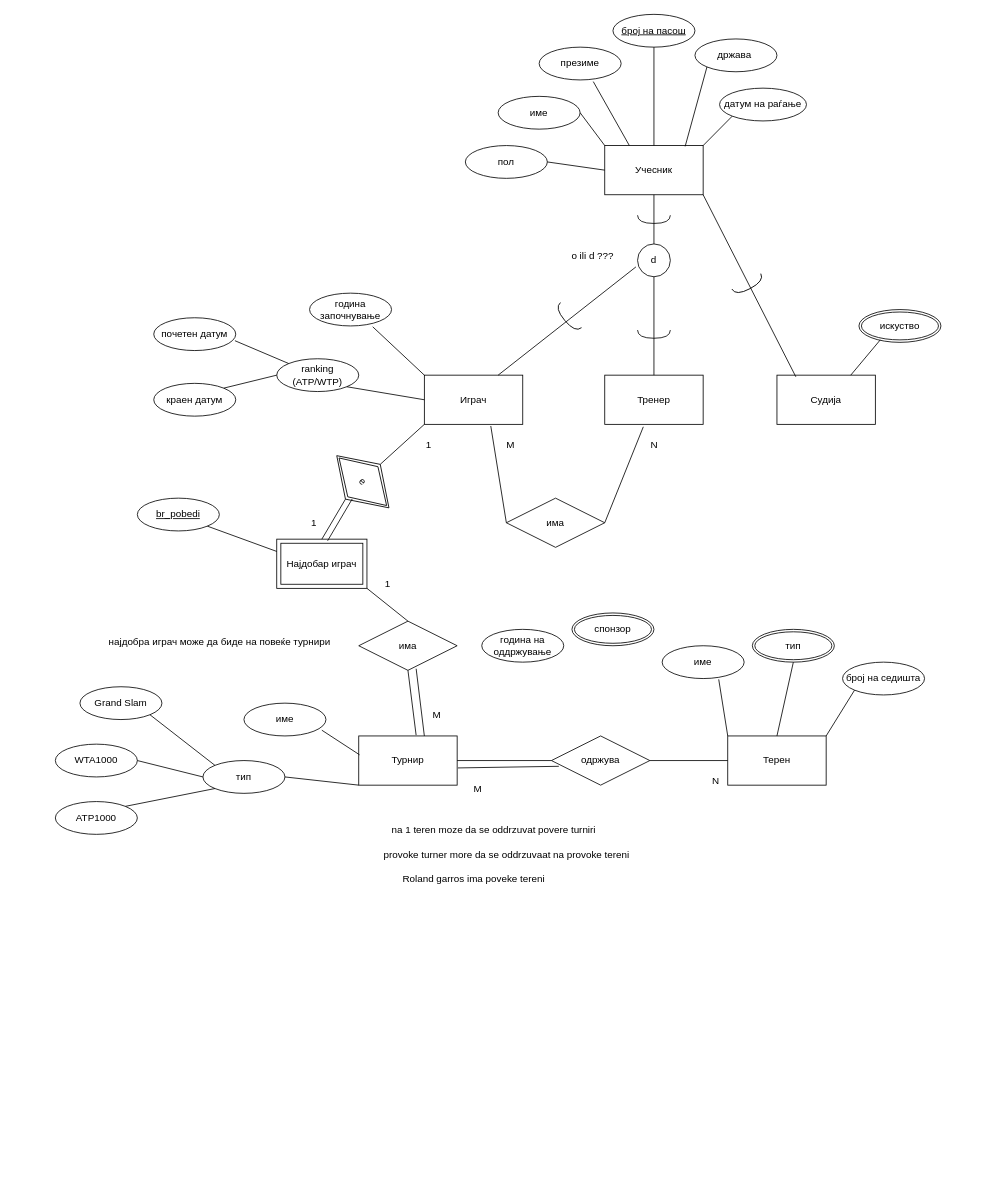
davidhristov59/Databases keeps this draw.io diagram as labs/lab1b.drawio. Above is the earlier version. Source tidied: cells renumbered, new cells numbered last; positions are measured from the earlier drawing's top-left corner, leaving out a move shared by most shapes. Both pictures are drawn from the tidied source at 82%, with x=0, y=0 at pixel (55, 14).
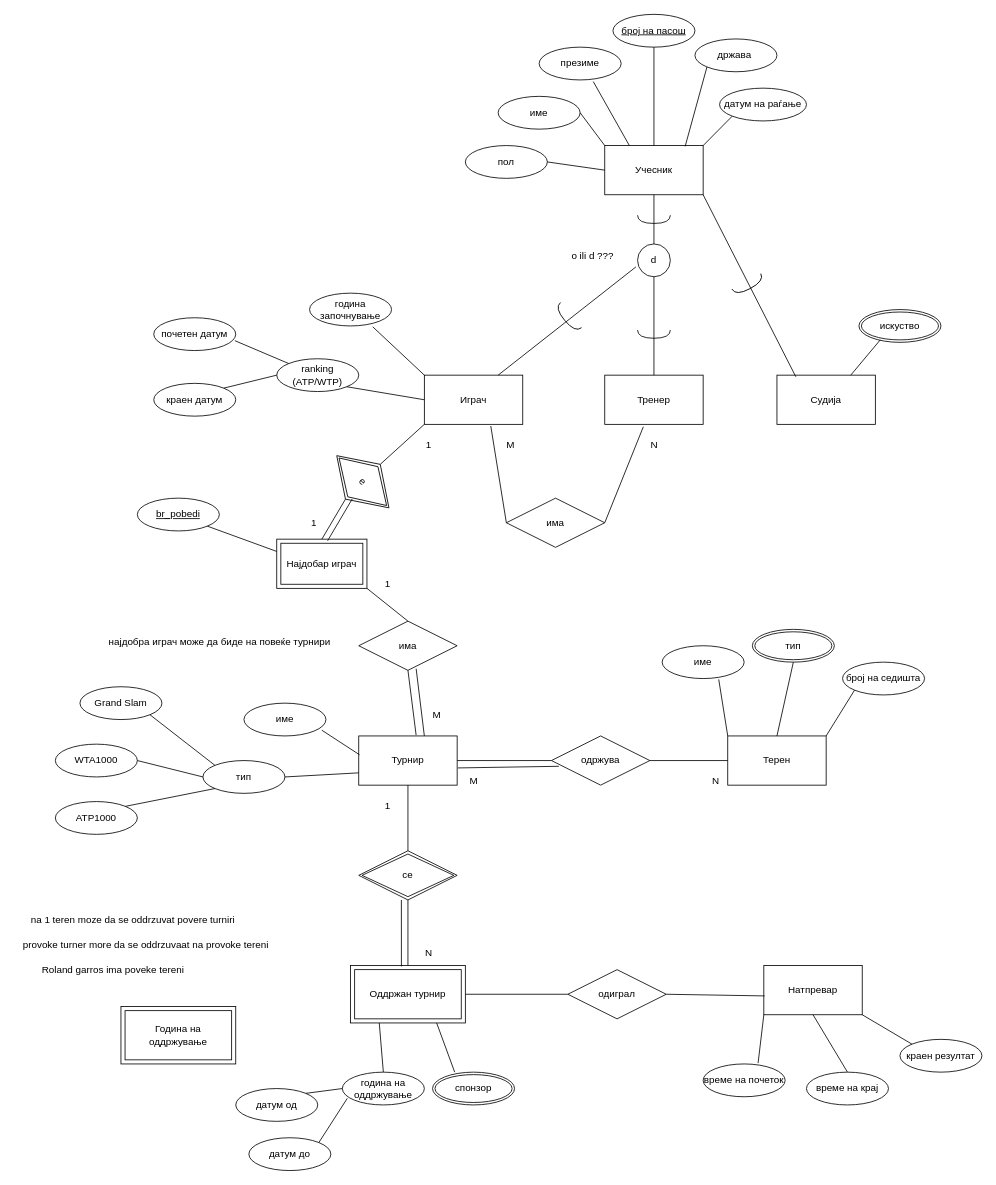
The same page after the edit.

The change refers to these unchanged cells:
```xml
<mxCell id="41" value="Турнир" style="rounded=0;whiteSpace=wrap;html=1;" parent="1" vertex="1">
  <mxGeometry x="370" y="880" width="120" height="60" as="geometry" />
</mxCell>
<mxCell id="45" value="тип" style="ellipse;whiteSpace=wrap;html=1;align=center;" parent="1" vertex="1">
  <mxGeometry x="180" y="910" width="100" height="40" as="geometry" />
</mxCell>
```

What changed in the source:
```diff
@@
-    <mxCell id="49" style="endArrow=none;html=1;rounded=0;exitX=0;exitY=1;exitDx=0;exitDy=0;entryX=1;entryY=0.5;entryDx=0;entryDy=0;" parent="1" edge="1" source="41" target="45">
+    <mxCell id="49" style="endArrow=none;html=1;rounded=0;exitX=0;exitY=0.75;exitDx=0;exitDy=0;entryX=1;entryY=0.5;entryDx=0;entryDy=0;" parent="1" edge="1" source="41" target="45">
       <mxGeometry relative="1" as="geometry" />
     </mxCell>
@@
     <mxCell id="82" value="М" style="text;html=1;align=center;verticalAlign=middle;strokeColor=none;fillColor=none;" parent="1" vertex="1">
-      <mxGeometry x="500" y="930" width="30" height="30" as="geometry" />
+      <mxGeometry x="495" y="920" width="30" height="30" as="geometry" />
     </mxCell>
     <mxCell id="83" value="provoke turner more da se oddrzuvaat na provoke tereni" style="text;html=1;align=center;verticalAlign=middle;strokeColor=none;fillColor=none;" parent="1" vertex="1">
-      <mxGeometry x="390" y="1010" width="320" height="30" as="geometry" />
+      <mxGeometry x="-50" y="1120" width="320" height="30" as="geometry" />
     </mxCell>
     <mxCell id="84" value="na 1 teren moze da se oddrzuvat povere turniri&amp;nbsp;" style="text;html=1;align=center;verticalAlign=middle;strokeColor=none;fillColor=none;" parent="1" vertex="1">
-      <mxGeometry x="396" y="980" width="280" height="30" as="geometry" />
+      <mxGeometry x="-44" y="1090" width="280" height="30" as="geometry" />
     </mxCell>
     <mxCell id="85" value="Roland garros ima poveke tereni" style="text;html=1;align=center;verticalAlign=middle;strokeColor=none;fillColor=none;" parent="1" vertex="1">
-      <mxGeometry x="410" y="1040" width="200" height="30" as="geometry" />
+      <mxGeometry x="-30" y="1150" width="200" height="30" as="geometry" />
     </mxCell>
     <mxCell id="86" value="година на оддржување" style="ellipse;whiteSpace=wrap;html=1;align=center;" parent="1" vertex="1">
-      <mxGeometry x="520" y="750" width="100" height="40" as="geometry" />
+      <mxGeometry x="350" y="1290" width="100" height="40" as="geometry" />
     </mxCell>
     <mxCell id="87" value="спонзор" style="ellipse;shape=doubleEllipse;margin=3;whiteSpace=wrap;html=1;align=center;" parent="1" vertex="1">
-      <mxGeometry x="630" y="730" width="100" height="40" as="geometry" />
+      <mxGeometry x="460" y="1290" width="100" height="40" as="geometry" />
     </mxCell>
@@
+    <mxCell id="89" value="датум од" style="ellipse;whiteSpace=wrap;html=1;align=center;" parent="1" vertex="1">
+      <mxGeometry x="220" y="1310" width="100" height="40" as="geometry" />
+    </mxCell>
+    <mxCell id="90" value="датум до" style="ellipse;whiteSpace=wrap;html=1;align=center;" parent="1" vertex="1">
+      <mxGeometry x="236" y="1370" width="100" height="40" as="geometry" />
+    </mxCell>
+    <mxCell id="91" style="endArrow=none;html=1;rounded=0;exitX=1;exitY=0;exitDx=0;exitDy=0;entryX=0;entryY=0.5;entryDx=0;entryDy=0;" parent="1" edge="1" source="89" target="86">
+      <mxGeometry relative="1" as="geometry" />
+    </mxCell>
+    <mxCell id="92" style="endArrow=none;html=1;rounded=0;exitX=0.06;exitY=0.8;exitDx=0;exitDy=0;exitPerimeter=0;entryX=1;entryY=0;entryDx=0;entryDy=0;" parent="1" edge="1" source="86" target="90">
+      <mxGeometry relative="1" as="geometry" />
+    </mxCell>
+    <mxCell id="93" value="Оддржан турнир" style="shape=ext;margin=3;double=1;whiteSpace=wrap;html=1;align=center;" parent="1" vertex="1">
+      <mxGeometry x="360" y="1160" width="140" height="70" as="geometry" />
+    </mxCell>
+    <mxCell id="94" style="ellipse;whiteSpace=wrap;html=1;align=center;fillColor=none;strokeColor=none;perimeter=centerPerimeter;" parent="1" vertex="1">
+      <mxGeometry x="400" y="1170" width="10" height="10" as="geometry" />
+    </mxCell>
+    <mxCell id="95" style="endArrow=none;html=1;rounded=0;exitX=0.25;exitY=1;exitDx=0;exitDy=0;entryX=0.5;entryY=0;entryDx=0;entryDy=0;" parent="1" edge="1" source="93" target="86">
+      <mxGeometry relative="1" as="geometry" />
+    </mxCell>
+    <mxCell id="96" style="endArrow=none;html=1;rounded=0;exitX=0.27;exitY=0;exitDx=0;exitDy=0;exitPerimeter=0;entryX=0.75;entryY=1;entryDx=0;entryDy=0;" parent="1" edge="1" source="87" target="93">
+      <mxGeometry relative="1" as="geometry" />
+    </mxCell>
+    <mxCell id="97" value="се" style="shape=rhombus;double=1;perimeter=rhombusPerimeter;whiteSpace=wrap;html=1;align=center;" parent="1" vertex="1">
+      <mxGeometry x="370" y="1020" width="120" height="60" as="geometry" />
+    </mxCell>
+    <mxCell id="98" style="endArrow=none;html=1;rounded=0;exitX=0.5;exitY=1;exitDx=0;exitDy=0;entryX=0.5;entryY=0;entryDx=0;entryDy=0;" parent="1" edge="1" source="41" target="97">
+      <mxGeometry relative="1" as="geometry" />
+    </mxCell>
+    <mxCell id="99" style="endArrow=none;html=1;rounded=0;entryX=0.5;entryY=0;entryDx=0;entryDy=0;" parent="1" edge="1" target="93">
+      <mxGeometry relative="1" as="geometry">
+        <mxPoint x="430" y="1080" as="sourcePoint" />
+      </mxGeometry>
+    </mxCell>
+    <mxCell id="100" style="endArrow=none;html=1;rounded=0;entryX=0.443;entryY=0.014;entryDx=0;entryDy=0;entryPerimeter=0;" parent="1" edge="1" target="93">
+      <mxGeometry relative="1" as="geometry">
+        <mxPoint x="422" y="1080" as="sourcePoint" />
+      </mxGeometry>
+    </mxCell>
+    <mxCell id="101" value="Година на оддржување" style="shape=ext;margin=3;double=1;whiteSpace=wrap;html=1;align=center;" parent="1" vertex="1">
+      <mxGeometry x="80" y="1210" width="140" height="70" as="geometry" />
+    </mxCell>
+    <mxCell id="102" value="Натпревар" style="rounded=0;whiteSpace=wrap;html=1;" parent="1" vertex="1">
+      <mxGeometry x="864" y="1160" width="120" height="60" as="geometry" />
+    </mxCell>
+    <mxCell id="103" value="1" style="text;html=1;align=center;verticalAlign=middle;strokeColor=none;fillColor=none;" parent="1" vertex="1">
+      <mxGeometry x="390" y="950" width="30" height="30" as="geometry" />
+    </mxCell>
+    <mxCell id="104" value="N" style="text;html=1;align=center;verticalAlign=middle;strokeColor=none;fillColor=none;" parent="1" vertex="1">
+      <mxGeometry x="440" y="1130" width="30" height="30" as="geometry" />
+    </mxCell>
+    <mxCell id="105" value="одиграл" style="shape=rhombus;perimeter=rhombusPerimeter;whiteSpace=wrap;html=1;align=center;" parent="1" vertex="1">
+      <mxGeometry x="625" y="1165" width="120" height="60" as="geometry" />
+    </mxCell>
+    <mxCell id="106" style="endArrow=none;html=1;rounded=0;entryX=0.008;entryY=0.617;entryDx=0;entryDy=0;exitX=1;exitY=0.5;exitDx=0;exitDy=0;entryPerimeter=0;" parent="1" edge="1" source="105" target="102">
+      <mxGeometry relative="1" as="geometry" />
+    </mxCell>
+    <mxCell id="107" style="endArrow=none;html=1;rounded=0;entryX=0;entryY=0.5;entryDx=0;entryDy=0;exitX=1;exitY=0.5;exitDx=0;exitDy=0;" parent="1" edge="1" source="93" target="105">
+      <mxGeometry relative="1" as="geometry" />
+    </mxCell>
+    <mxCell id="108" value="време на почеток" style="ellipse;whiteSpace=wrap;html=1;align=center;" parent="1" vertex="1">
+      <mxGeometry x="790" y="1280" width="100" height="40" as="geometry" />
+    </mxCell>
+    <mxCell id="109" value="време на крај" style="ellipse;whiteSpace=wrap;html=1;align=center;" parent="1" vertex="1">
+      <mxGeometry x="916" y="1290" width="100" height="40" as="geometry" />
+    </mxCell>
+    <mxCell id="110" value="краен резултат" style="ellipse;whiteSpace=wrap;html=1;align=center;" parent="1" vertex="1">
+      <mxGeometry x="1030" y="1250" width="100" height="40" as="geometry" />
+    </mxCell>
+    <mxCell id="111" style="endArrow=none;html=1;rounded=0;entryX=0;entryY=1;entryDx=0;entryDy=0;exitX=0.67;exitY=-0.025;exitDx=0;exitDy=0;exitPerimeter=0;" parent="1" edge="1" source="108" target="102">
+      <mxGeometry relative="1" as="geometry" />
+    </mxCell>
+    <mxCell id="112" style="endArrow=none;html=1;rounded=0;entryX=0.5;entryY=1;entryDx=0;entryDy=0;exitX=0.5;exitY=0;exitDx=0;exitDy=0;" parent="1" edge="1" source="109" target="102">
+      <mxGeometry relative="1" as="geometry" />
+    </mxCell>
+    <mxCell id="113" style="endArrow=none;html=1;rounded=0;entryX=0;entryY=0;entryDx=0;entryDy=0;exitX=1;exitY=1;exitDx=0;exitDy=0;" parent="1" edge="1" source="102" target="110">
+      <mxGeometry relative="1" as="geometry" />
+    </mxCell>
```
